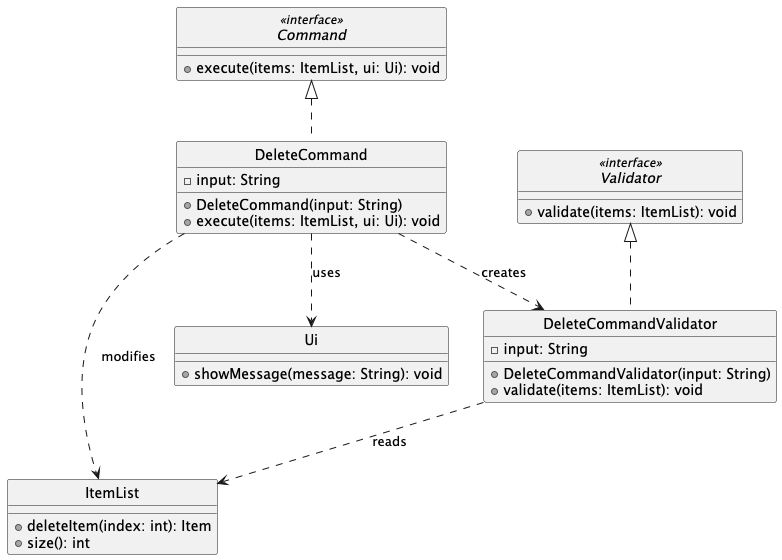
This is docs/diagrams/DeleteClassDiagram.png from adbsw/tp, a PlantUML export, as it was before one commit.
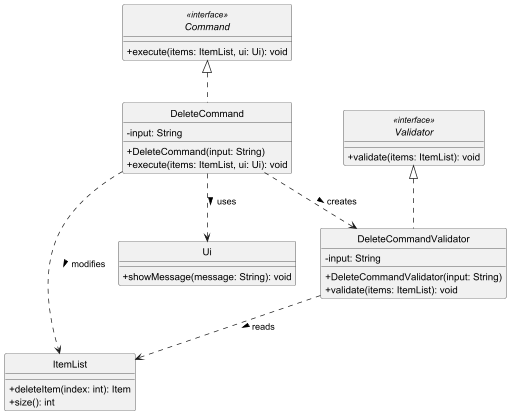
Later version of the same file.

What changed in the source:
```diff
@@ -1,6 +1,7 @@
 @startuml
 skinparam monochrome true
 skinparam shadowing false
+skinparam classAttributeIconSize 0
 hide circle
 
 interface Command <<interface>> {
@@ -35,9 +36,9 @@
 Command <|.. DeleteCommand
 Validator <|.. DeleteCommandValidator
 
-DeleteCommand ..> DeleteCommandValidator : creates
-DeleteCommand ..> ItemList : modifies
-DeleteCommand ..> Ui : uses
-DeleteCommandValidator ..> ItemList : reads
+DeleteCommand ..> DeleteCommandValidator : creates >
+DeleteCommand ..> ItemList : modifies >
+DeleteCommand ..> Ui : uses >
+DeleteCommandValidator ..> ItemList : reads >
 
 @enduml
```
